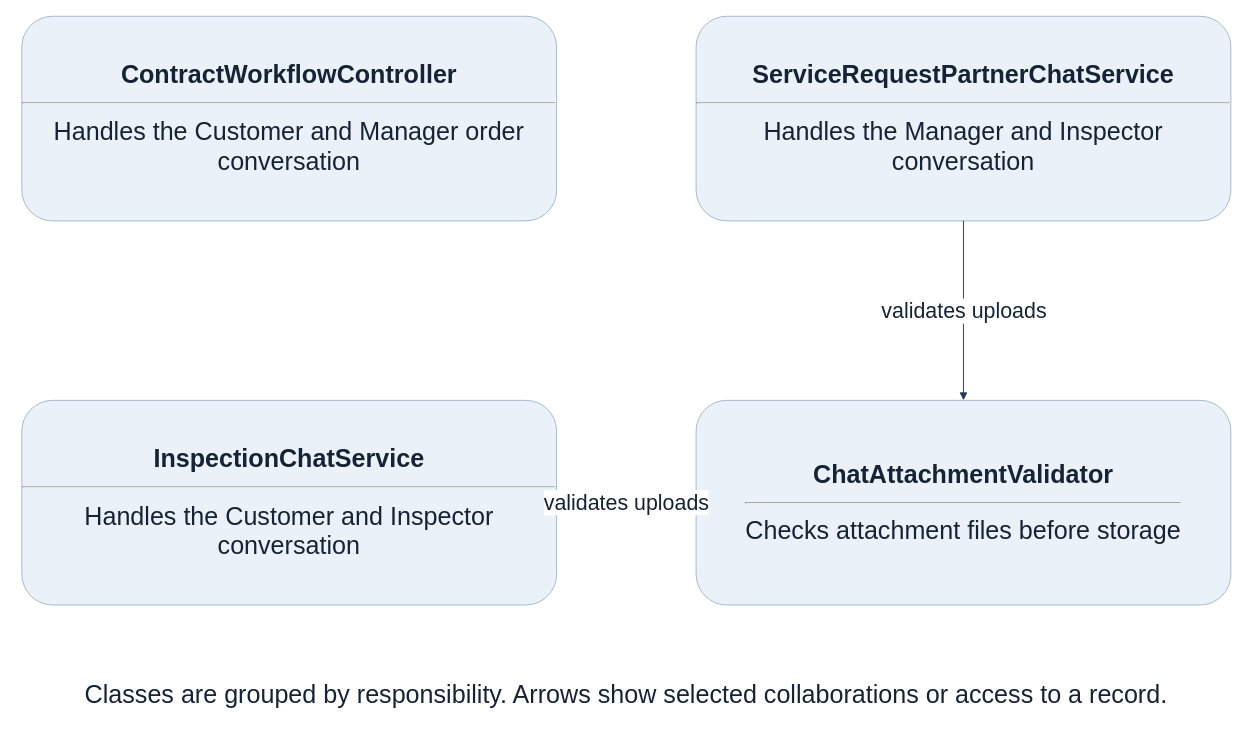
tungbach12/SmartDroneInspection-Docs keeps this draw.io diagram as page "FE-10 Scoped Conversations" (13 of 19) of diagrams/smartdrone-class-diagrams.drawio. Above is the earlier version. Source tidied: cells renumbered, new cells numbered last; positions are measured from the earlier drawing's top-left corner, leaving out a move shared by most shapes. Both pictures are drawn from the tidied source at 93%, with x=0, y=0 at pixel (21, 16).
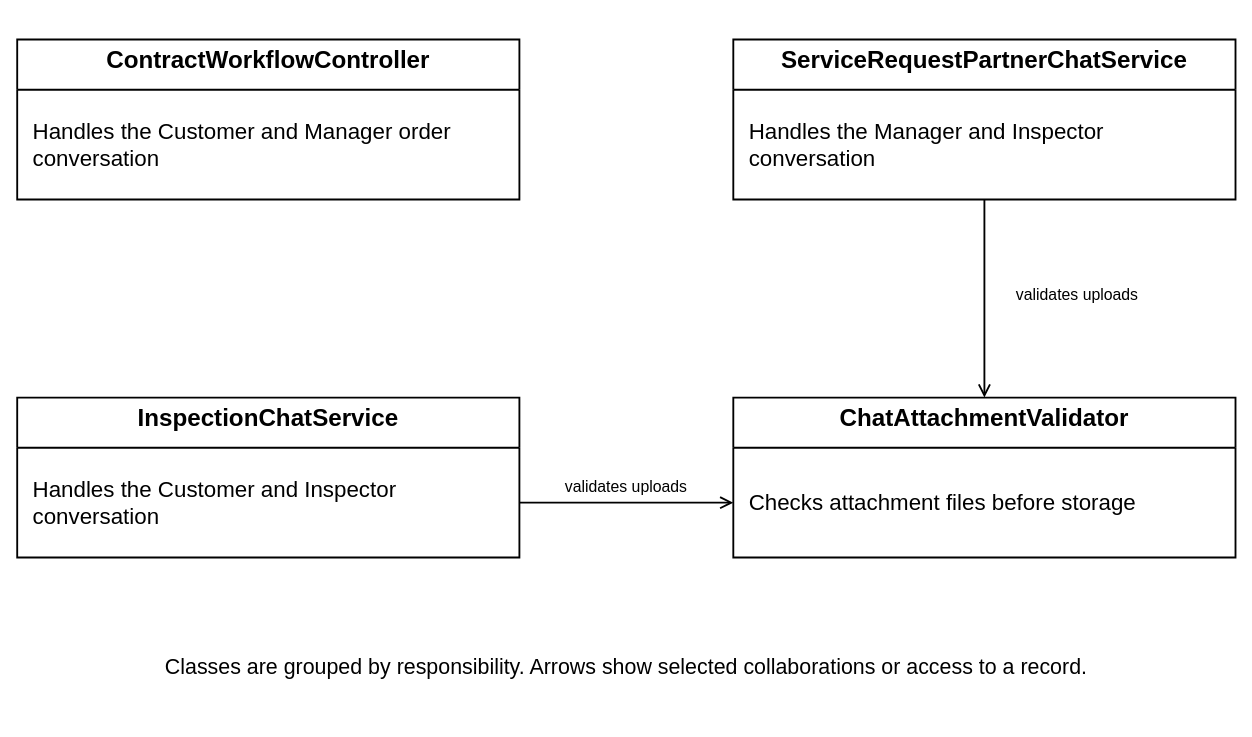
The same page after the edit.

Diff of the diagram source:
```diff
@@
-<mxGraphModel>
+<mxGraphModel background="#ffffff">
   <root>
     <mxCell id="0" />
     <mxCell id="1" parent="0" />
-    <mxCell id="2" value="&lt;b&gt;ContractWorkflowController&lt;/b&gt;&lt;hr&gt;Handles the Customer and Manager order conversation" style="rounded=1;whiteSpace=wrap;html=1;fillColor=#EAF1F8;strokeColor=#A5B6C8;fontColor=#172334;fontSize=27;" parent="1" vertex="1">
-      <mxGeometry width="575" height="220" as="geometry" />
+    <mxCell id="2" value="ContractWorkflowController" style="swimlane;fontStyle=1;align=center;verticalAlign=top;horizontal=1;startSize=54;whiteSpace=wrap;html=1;fillColor=#ffffff;swimlaneFillColor=#ffffff;strokeColor=#000000;strokeWidth=2;fontColor=#000000;fontFamily=Helvetica;fontSize=26;" parent="1" vertex="1">
+      <mxGeometry x="-5" y="25" width="540" height="172" as="geometry" />
     </mxCell>
+    <mxCell id="9" value="Handles the Customer and Manager order conversation" style="text;strokeColor=none;fillColor=none;align=left;verticalAlign=middle;spacingLeft=15;spacingRight=15;overflow=hidden;html=1;fontColor=#000000;fontStyle=0;fontFamily=Helvetica;fontSize=24;whiteSpace=wrap;" parent="2" vertex="1">
+      <mxGeometry y="54" width="540" height="118" as="geometry" />
+    </mxCell>
-    <mxCell id="3" value="&lt;b&gt;ServiceRequestPartnerChatService&lt;/b&gt;&lt;hr&gt;Handles the Manager and Inspector conversation" style="rounded=1;whiteSpace=wrap;html=1;fillColor=#EAF1F8;strokeColor=#A5B6C8;fontColor=#172334;fontSize=27;" parent="1" vertex="1">
-      <mxGeometry x="725" width="575" height="220" as="geometry" />
+    <mxCell id="3" value="ServiceRequestPartnerChatService" style="swimlane;fontStyle=1;align=center;verticalAlign=top;horizontal=1;startSize=54;whiteSpace=wrap;html=1;fillColor=#ffffff;swimlaneFillColor=#ffffff;strokeColor=#000000;strokeWidth=2;fontColor=#000000;fontFamily=Helvetica;fontSize=26;" parent="1" vertex="1">
+      <mxGeometry x="765" y="25" width="540" height="172" as="geometry" />
     </mxCell>
+    <mxCell id="10" value="Handles the Manager and Inspector conversation" style="text;strokeColor=none;fillColor=none;align=left;verticalAlign=middle;spacingLeft=15;spacingRight=15;overflow=hidden;html=1;fontColor=#000000;fontStyle=0;fontFamily=Helvetica;fontSize=24;whiteSpace=wrap;" parent="3" vertex="1">
+      <mxGeometry y="54" width="540" height="118" as="geometry" />
+    </mxCell>
-    <mxCell id="4" value="&lt;b&gt;InspectionChatService&lt;/b&gt;&lt;hr&gt;Handles the Customer and Inspector conversation" style="rounded=1;whiteSpace=wrap;html=1;fillColor=#EAF1F8;strokeColor=#A5B6C8;fontColor=#172334;fontSize=27;" parent="1" vertex="1">
-      <mxGeometry y="413" width="575" height="220" as="geometry" />
+    <mxCell id="4" value="InspectionChatService" style="swimlane;fontStyle=1;align=center;verticalAlign=top;horizontal=1;startSize=54;whiteSpace=wrap;html=1;fillColor=#ffffff;swimlaneFillColor=#ffffff;strokeColor=#000000;strokeWidth=2;fontColor=#000000;fontFamily=Helvetica;fontSize=26;" parent="1" vertex="1">
+      <mxGeometry x="-5" y="410" width="540" height="172" as="geometry" />
     </mxCell>
+    <mxCell id="11" value="Handles the Customer and Inspector conversation" style="text;strokeColor=none;fillColor=none;align=left;verticalAlign=middle;spacingLeft=15;spacingRight=15;overflow=hidden;html=1;fontColor=#000000;fontStyle=0;fontFamily=Helvetica;fontSize=24;whiteSpace=wrap;" parent="4" vertex="1">
+      <mxGeometry y="54" width="540" height="118" as="geometry" />
+    </mxCell>
-    <mxCell id="5" value="&lt;b&gt;ChatAttachmentValidator&lt;/b&gt;&lt;hr&gt;Checks attachment files before storage" style="rounded=1;whiteSpace=wrap;html=1;fillColor=#EAF1F8;strokeColor=#A5B6C8;fontColor=#172334;fontSize=27;" parent="1" vertex="1">
-      <mxGeometry x="725" y="413" width="575" height="220" as="geometry" />
+    <mxCell id="5" value="ChatAttachmentValidator" style="swimlane;fontStyle=1;align=center;verticalAlign=top;horizontal=1;startSize=54;whiteSpace=wrap;html=1;fillColor=#ffffff;swimlaneFillColor=#ffffff;strokeColor=#000000;strokeWidth=2;fontColor=#000000;fontFamily=Helvetica;fontSize=26;" parent="1" vertex="1">
+      <mxGeometry x="765" y="410" width="540" height="172" as="geometry" />
     </mxCell>
+    <mxCell id="12" value="Checks attachment files before storage" style="text;strokeColor=none;fillColor=none;align=left;verticalAlign=middle;spacingLeft=15;spacingRight=15;overflow=hidden;html=1;fontColor=#000000;fontStyle=0;fontFamily=Helvetica;fontSize=24;whiteSpace=wrap;" parent="5" vertex="1">
+      <mxGeometry y="54" width="540" height="118" as="geometry" />
+    </mxCell>
-    <mxCell id="6" value="validates uploads" style="endArrow=block;endFill=1;html=1;strokeColor=#233B59;fontColor=#172334;fontSize=23;" parent="1" edge="1" source="3" target="5">
+    <mxCell id="6" style="edgeStyle=orthogonalEdgeStyle;rounded=0;jettySize=auto;html=1;strokeColor=#000000;strokeWidth=2;endArrow=open;endFill=0;endSize=10;fontColor=#000000;fontFamily=Helvetica;fontSize=17;labelBackgroundColor=#ffffff;exitX=0.5;exitY=1;exitDx=0;exitDy=0;entryX=0.5;entryY=0;entryDx=0;entryDy=0;" parent="1" edge="1" source="3" target="5">
       <mxGeometry relative="1" as="geometry" />
     </mxCell>
+    <mxCell id="13" value="validates uploads" style="text;html=1;strokeColor=none;fillColor=none;align=center;verticalAlign=middle;whiteSpace=wrap;fontColor=#000000;fontFamily=Helvetica;fontSize=17;" parent="1" vertex="1">
+      <mxGeometry x="1023" y="290" width="224" height="22" as="geometry" />
+    </mxCell>
-    <mxCell id="7" value="validates uploads" style="endArrow=block;endFill=1;html=1;strokeColor=#233B59;fontColor=#172334;fontSize=23;" parent="1" edge="1" source="4" target="5">
+    <mxCell id="7" style="edgeStyle=orthogonalEdgeStyle;rounded=0;jettySize=auto;html=1;strokeColor=#000000;strokeWidth=2;endArrow=open;endFill=0;endSize=10;fontColor=#000000;fontFamily=Helvetica;fontSize=17;labelBackgroundColor=#ffffff;exitX=1;exitY=0.6569767441860465;exitDx=0;exitDy=0;entryX=0;entryY=0.6569767441860465;entryDx=0;entryDy=0;" parent="1" edge="1" source="4" target="5">
       <mxGeometry relative="1" as="geometry" />
     </mxCell>
+    <mxCell id="14" value="validates uploads" style="text;html=1;strokeColor=none;fillColor=none;align=center;verticalAlign=middle;whiteSpace=wrap;fontColor=#000000;fontFamily=Helvetica;fontSize=17;" parent="1" vertex="1">
+      <mxGeometry x="538" y="496" width="224" height="22" as="geometry" />
+    </mxCell>
-    <mxCell id="8" value="Classes are grouped by responsibility. Arrows show selected collaborations or access to a record." style="text;html=1;whiteSpace=wrap;align=center;verticalAlign=middle;strokeColor=none;fillColor=none;fontColor=#172334;fontSize=27;" parent="1" vertex="1">
-      <mxGeometry y="702" width="1300" height="56" as="geometry" />
+    <mxCell id="8" value="Classes are grouped by responsibility. Arrows show selected collaborations or access to a record." style="text;html=1;strokeColor=none;fillColor=none;align=center;verticalAlign=middle;whiteSpace=wrap;fontColor=#000000;fontFamily=Helvetica;fontSize=23;" parent="1" vertex="1">
+      <mxGeometry y="670" width="1300" height="60" as="geometry" />
     </mxCell>
   </root>
 </mxGraphModel>
```
